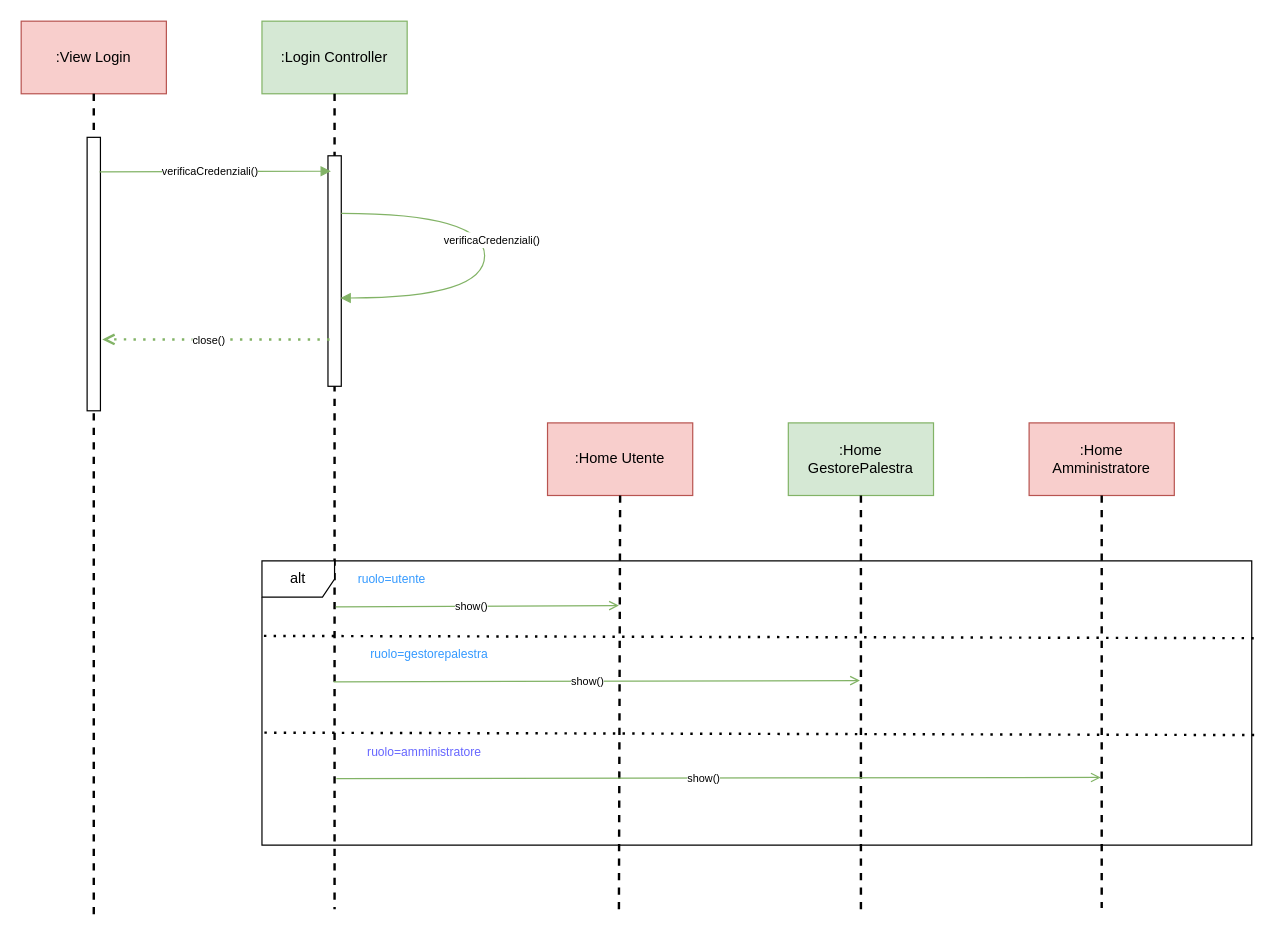
Before: Diagrammi_Package/Interazione/Login.drawio in JosephBoom02/Progetto_Ingegneria_del_Software, a draw.io diagram. Source tidied: cells renumbered, new cells numbered last; positions are measured from the earlier drawing's top-left corner, leaving out a move shared by most shapes. Both pictures are drawn from the tidied source at 121%, with x=0, y=0 at pixel (-44, 21).
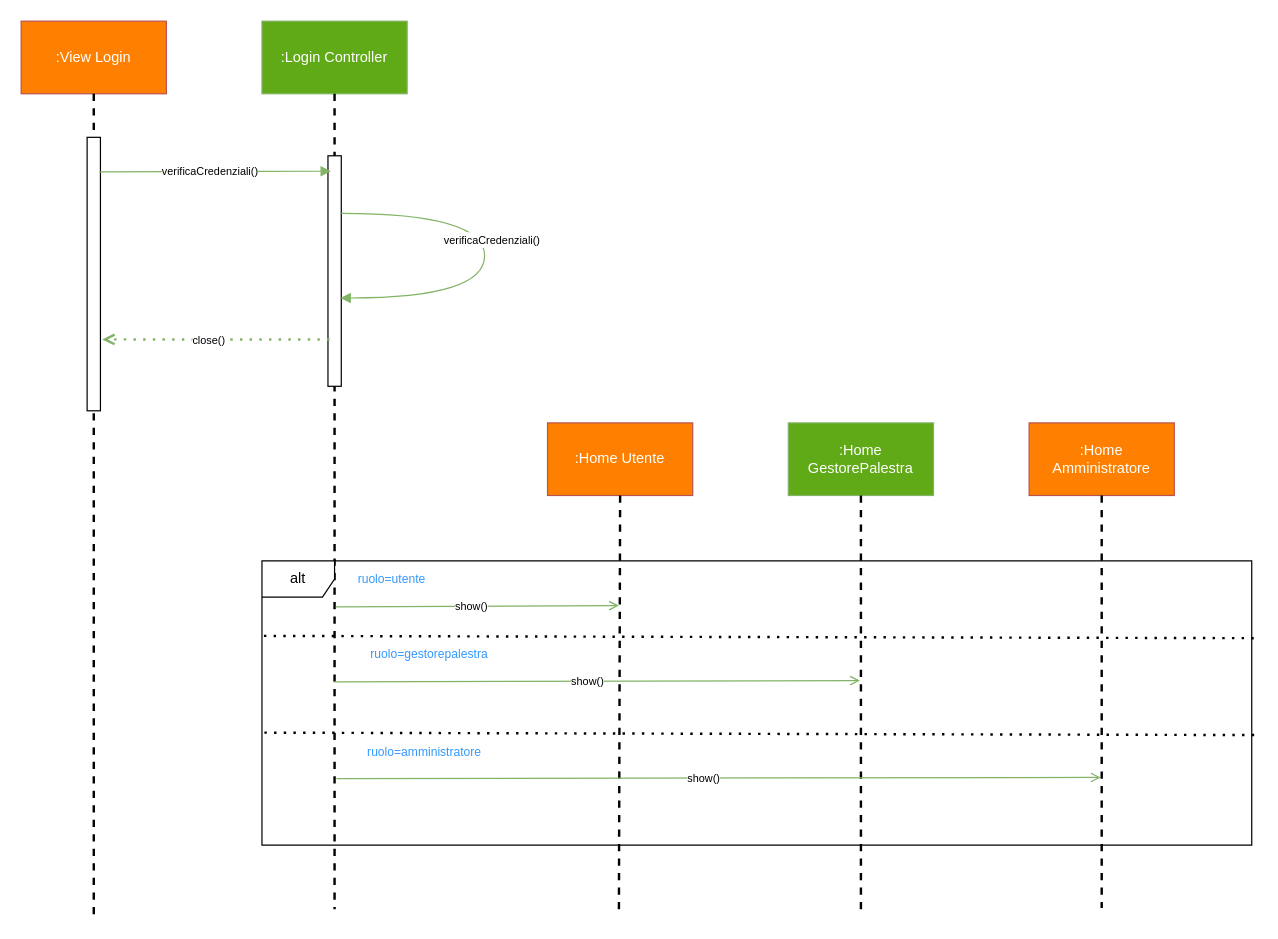
The same diagram, later.

What changed in the source:
```diff
@@
-    <mxCell id="2" value=":View Login" style="rounded=0;whiteSpace=wrap;html=1;fillColor=#f8cecc;strokeColor=#b85450;" parent="1" vertex="1">
+    <mxCell id="2" value="&lt;font color=&quot;#ffffff&quot;&gt;:View Login&lt;/font&gt;" style="rounded=0;whiteSpace=wrap;html=1;fillColor=#FF8000;strokeColor=#b85450;" parent="1" vertex="1">
       <mxGeometry x="53" width="120" height="60" as="geometry" />
     </mxCell>
-    <mxCell id="3" value=":Login Controller" style="rounded=0;whiteSpace=wrap;html=1;fillColor=#d5e8d4;strokeColor=#82b366;" parent="1" vertex="1">
+    <mxCell id="3" value="&lt;font color=&quot;#ffffff&quot;&gt;:Login Controller&lt;/font&gt;" style="rounded=0;whiteSpace=wrap;html=1;fillColor=#60A917;strokeColor=#82b366;" parent="1" vertex="1">
       <mxGeometry x="252" width="120" height="60" as="geometry" />
     </mxCell>
@@
-    <mxCell id="14" value=":Home Utente" style="rounded=0;whiteSpace=wrap;html=1;fillColor=#f8cecc;strokeColor=#b85450;" parent="1" vertex="1">
+    <mxCell id="14" value="&lt;font color=&quot;#ffffff&quot;&gt;:Home Utente&lt;/font&gt;" style="rounded=0;whiteSpace=wrap;html=1;fillColor=#FF8000;strokeColor=#b85450;" parent="1" vertex="1">
       <mxGeometry x="488" y="332" width="120" height="60" as="geometry" />
     </mxCell>
-    <mxCell id="15" value="&lt;div&gt;:Home&lt;/div&gt;&lt;div&gt;GestorePalestra&lt;br&gt;&lt;/div&gt;" style="rounded=0;whiteSpace=wrap;html=1;fillColor=#d5e8d4;strokeColor=#82b366;" parent="1" vertex="1">
+    <mxCell id="15" value="&lt;div&gt;&lt;font color=&quot;#ffffff&quot;&gt;:Home&lt;/font&gt;&lt;/div&gt;&lt;div&gt;&lt;font color=&quot;#ffffff&quot;&gt;GestorePalestra&lt;br&gt;&lt;/font&gt;&lt;/div&gt;" style="rounded=0;whiteSpace=wrap;html=1;fillColor=#60A917;strokeColor=#82b366;" parent="1" vertex="1">
       <mxGeometry x="687" y="332" width="120" height="60" as="geometry" />
     </mxCell>
@@
-    <mxCell id="18" value=":Home Amministratore" style="rounded=0;whiteSpace=wrap;html=1;fillColor=#f8cecc;strokeColor=#b85450;" parent="1" vertex="1">
+    <mxCell id="18" value="&lt;font color=&quot;#ffffff&quot;&gt;:Home Amministratore&lt;/font&gt;" style="rounded=0;whiteSpace=wrap;html=1;fillColor=#FF8000;strokeColor=#b85450;" parent="1" vertex="1">
       <mxGeometry x="886" y="332" width="120" height="60" as="geometry" />
     </mxCell>
@@
-    <mxCell id="31" value="&lt;font color=&quot;#6666ff&quot; style=&quot;font-size: 10px;&quot;&gt;ruolo=amministratore&lt;/font&gt;" style="text;html=1;align=center;verticalAlign=middle;strokeColor=none;fillColor=none;" parent="1" vertex="1">
-      <mxGeometry x="311.2" y="589" width="149" height="29" as="geometry" />
+    <mxCell id="31" value="&lt;font color=&quot;#3399ff&quot; style=&quot;font-size: 10px;&quot;&gt;ruolo=amministratore&lt;/font&gt;" style="text;html=1;align=center;verticalAlign=middle;strokeColor=none;fillColor=none;" parent="1" vertex="1">
+      <mxGeometry x="330.2" y="591" width="112" height="26" as="geometry" />
     </mxCell>
```
